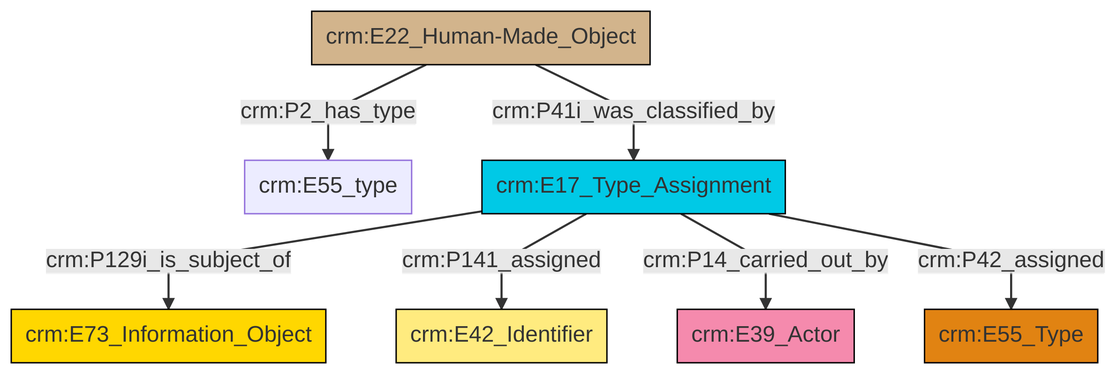
swiss-art-research-net/docs.swissartresearch keeps this Mermaid diagram as et/builtWorkCSV/ttl/mmd/png/Built_Work_designation_status.png. Above is the earlier version. Its source is kept beside it as et/builtWorkCSV/ttl/mmd/Built_Work_designation_status.ttl.mmd.
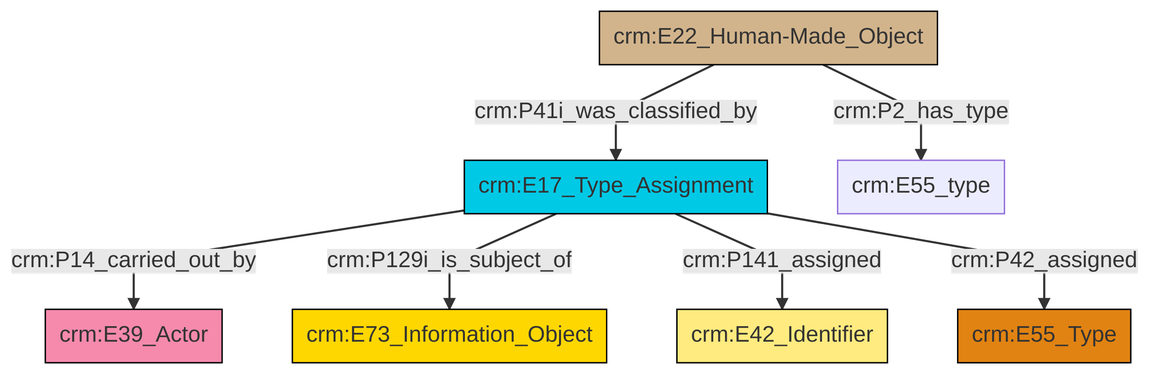
The same file after the commit.

Diff of the diagram source:
```diff
@@ -13,9 +13,9 @@
 classDef PC_Classes fill:#4ce600, stroke:#000000;
 classDef Multi fill:#cccccc,stroke:#000000;
 
-0["crm:E22_Human-Made_Object"]:::Physical_Thing -->|crm:P2_has_type| 1["crm:E55_type"]:::Default
-4["crm:E17_Type_Assignment"]:::Temporal_Entity -->|crm:P129i_is_subject_of| 2["crm:E73_Information_Object"]:::Conceptual_Object
-0["crm:E22_Human-Made_Object"]:::Physical_Thing -->|crm:P41i_was_classified_by| 4["crm:E17_Type_Assignment"]:::Temporal_Entity
-4["crm:E17_Type_Assignment"]:::Temporal_Entity -->|crm:P141_assigned| 5["crm:E42_Identifier"]:::Appellation
-4["crm:E17_Type_Assignment"]:::Temporal_Entity -->|crm:P14_carried_out_by| 8["crm:E39_Actor"]:::Actor
-4["crm:E17_Type_Assignment"]:::Temporal_Entity -->|crm:P42_assigned| 6["crm:E55_Type"]:::Type
+2["crm:E22_Human-Made_Object"]:::Physical_Thing -->|crm:P41i_was_classified_by| 3["crm:E17_Type_Assignment"]:::Temporal_Entity
+2["crm:E22_Human-Made_Object"]:::Physical_Thing -->|crm:P2_has_type| 4["crm:E55_type"]:::Default
+3["crm:E17_Type_Assignment"]:::Temporal_Entity -->|crm:P14_carried_out_by| 7["crm:E39_Actor"]:::Actor
+3["crm:E17_Type_Assignment"]:::Temporal_Entity -->|crm:P129i_is_subject_of| 11["crm:E73_Information_Object"]:::Conceptual_Object
+3["crm:E17_Type_Assignment"]:::Temporal_Entity -->|crm:P141_assigned| 5["crm:E42_Identifier"]:::Appellation
+3["crm:E17_Type_Assignment"]:::Temporal_Entity -->|crm:P42_assigned| 0["crm:E55_Type"]:::Type
```
